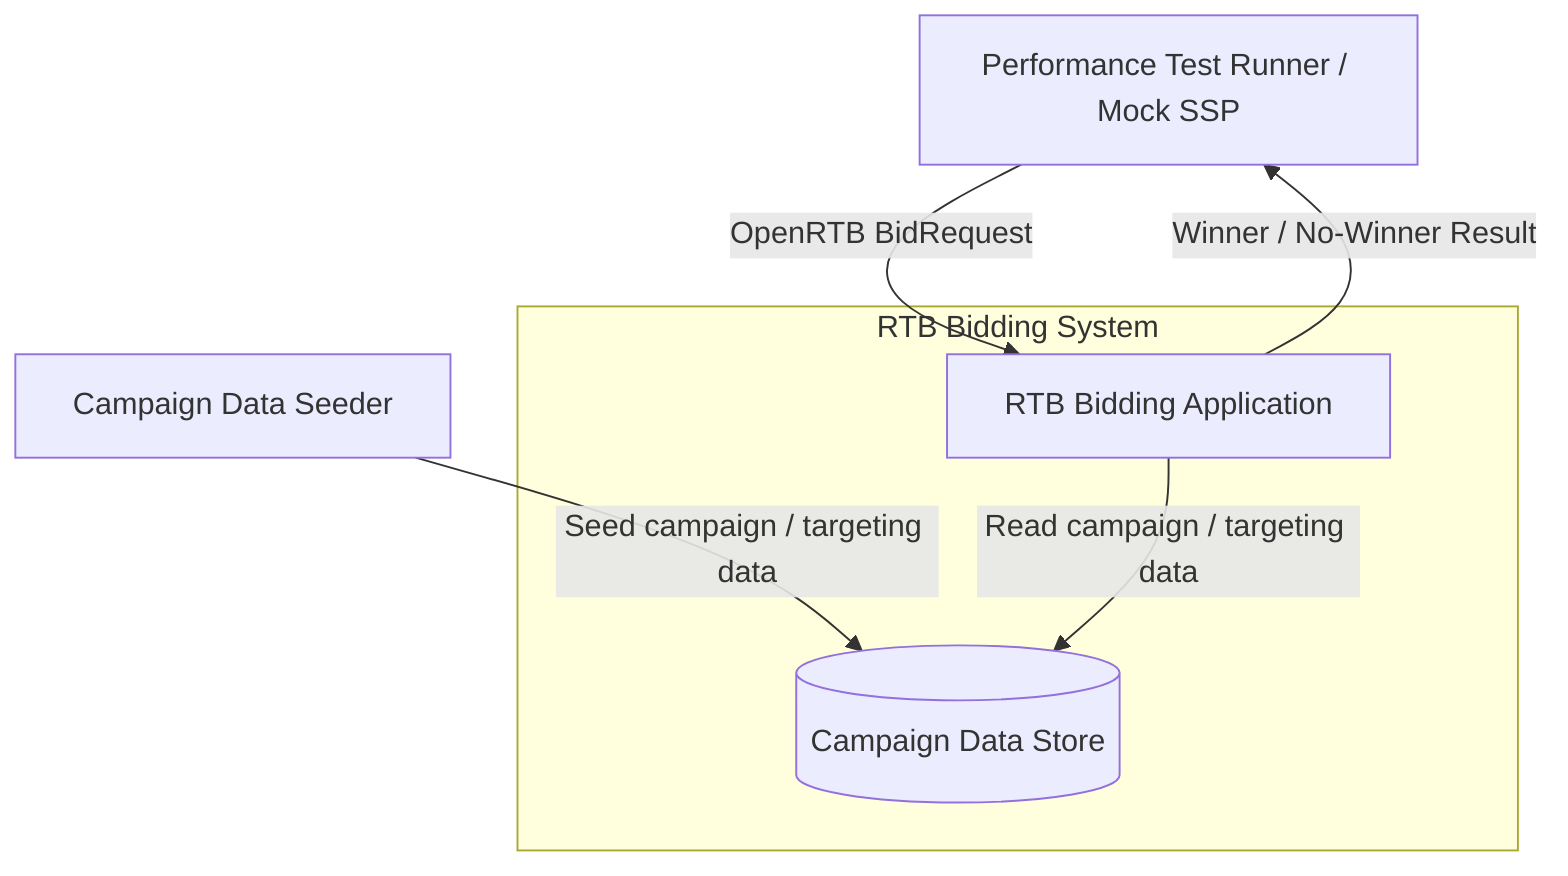
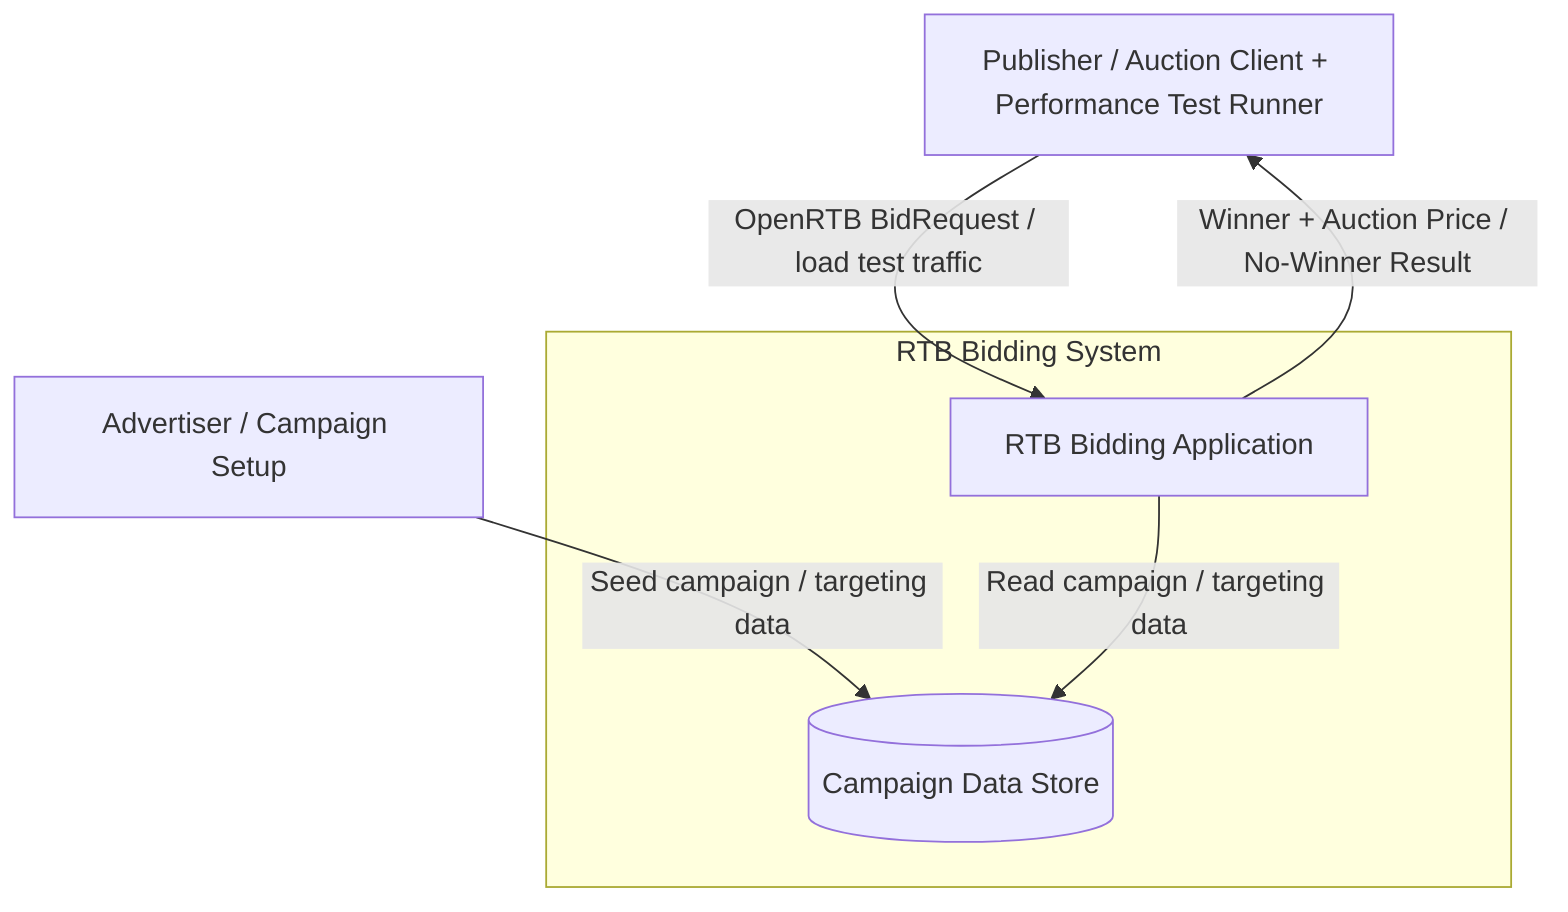
flowchart TB
-     tester["Performance Test Runner / Mock SSP"]
-     seeder["Campaign Data Seeder"]
+     tester["Publisher / Auction Client + Performance Test Runner"]
+     advertiser["Advertiser / Campaign Setup"]

    subgraph boundary["RTB Bidding System"]
        app["RTB Bidding Application"]
        store[("Campaign Data Store")]
    end

-     tester -->|"OpenRTB BidRequest"| app
-     app -->|"Winner / No-Winner Result"| tester
+     tester -->|"OpenRTB BidRequest / load test traffic"| app
+     app -->|"Winner + Auction Price / No-Winner Result"| tester

-     seeder -->|"Seed campaign / targeting data"| store
+     advertiser -->|"Seed campaign / targeting data"| store
    app -->|"Read campaign / targeting data"| store
